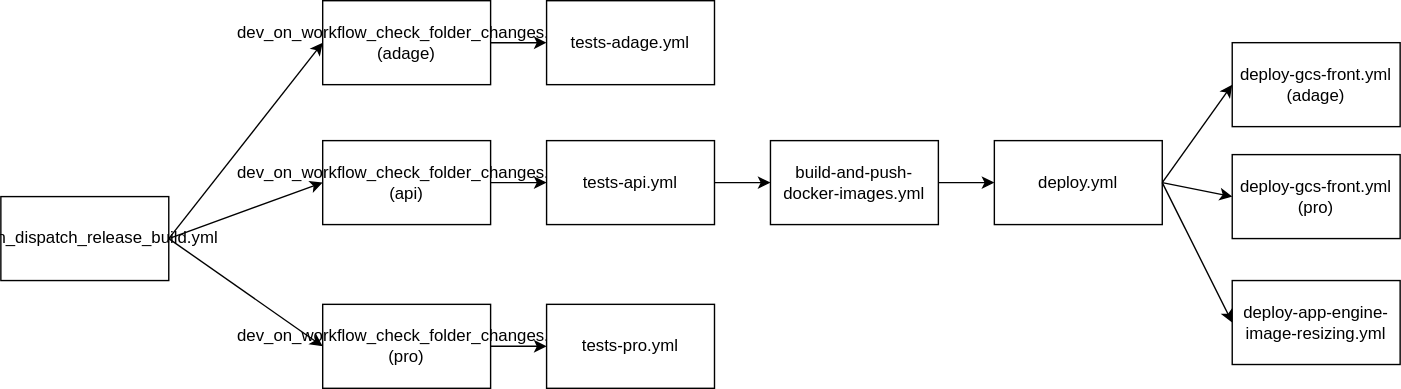
Before: .github/workflows/img/test-main.drawio.svg, a diagram exported from draw.io (pass-culture/pass-culture-main). Source tidied: cells renumbered, new cells last; positions are measured from the earlier drawing's top-left corner, leaving out a move shared by most shapes.
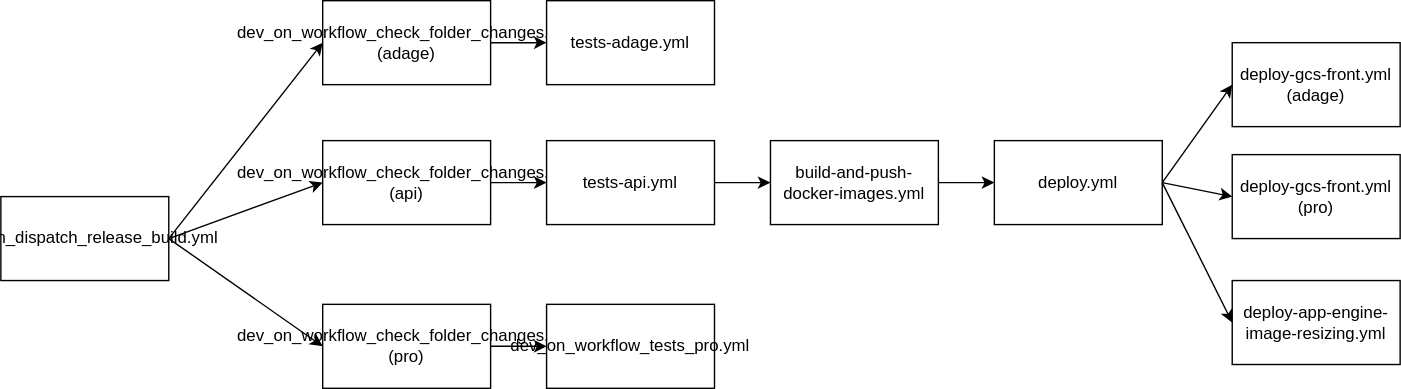
Above is the later version.

What changed in the source:
```diff
@@ -20,7 +20,7 @@
     <mxCell id="7" value="tests-api.yml" style="whiteSpace=wrap;html=1;" parent="1" vertex="1">
       <mxGeometry x="390" y="100" width="120" height="60" as="geometry" />
     </mxCell>
-    <mxCell id="8" value="tests-pro.yml" style="whiteSpace=wrap;html=1;" parent="1" vertex="1">
+    <mxCell id="8" value="dev_on_workflow_tests_pro.yml" style="whiteSpace=wrap;html=1;" parent="1" vertex="1">
       <mxGeometry x="390" y="217" width="120" height="60" as="geometry" />
     </mxCell>
     <mxCell id="9" value="build-and-push-docker-images.yml" style="whiteSpace=wrap;html=1;" parent="1" vertex="1">
```
